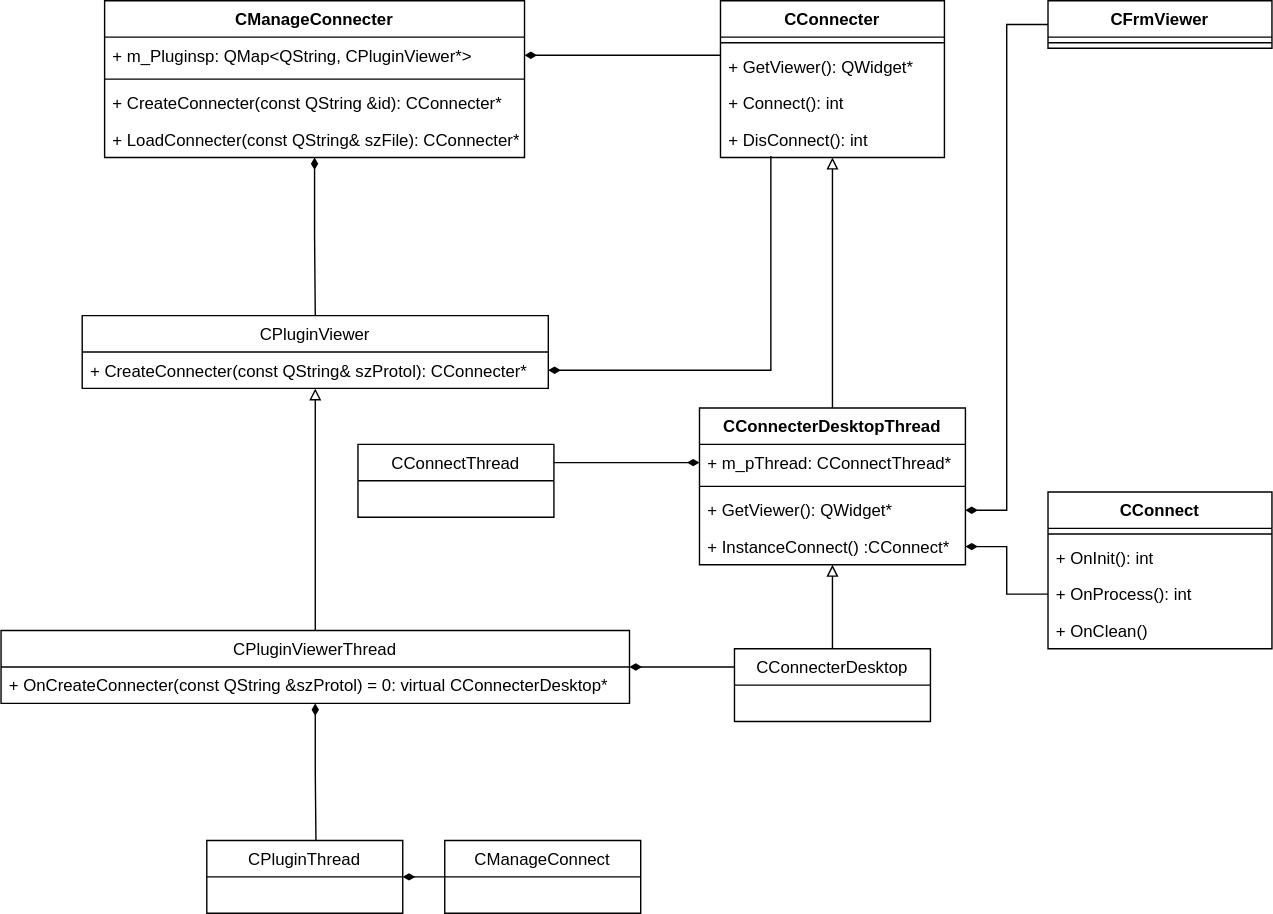
The draw.io diagram docs/Image/PluginViewerAPI.svg in KangLin/RabbitRemoteControl, before a commit. Source tidied: cells renumbered, new cells last; positions are measured from the earlier drawing's top-left corner, leaving out a move shared by most shapes.
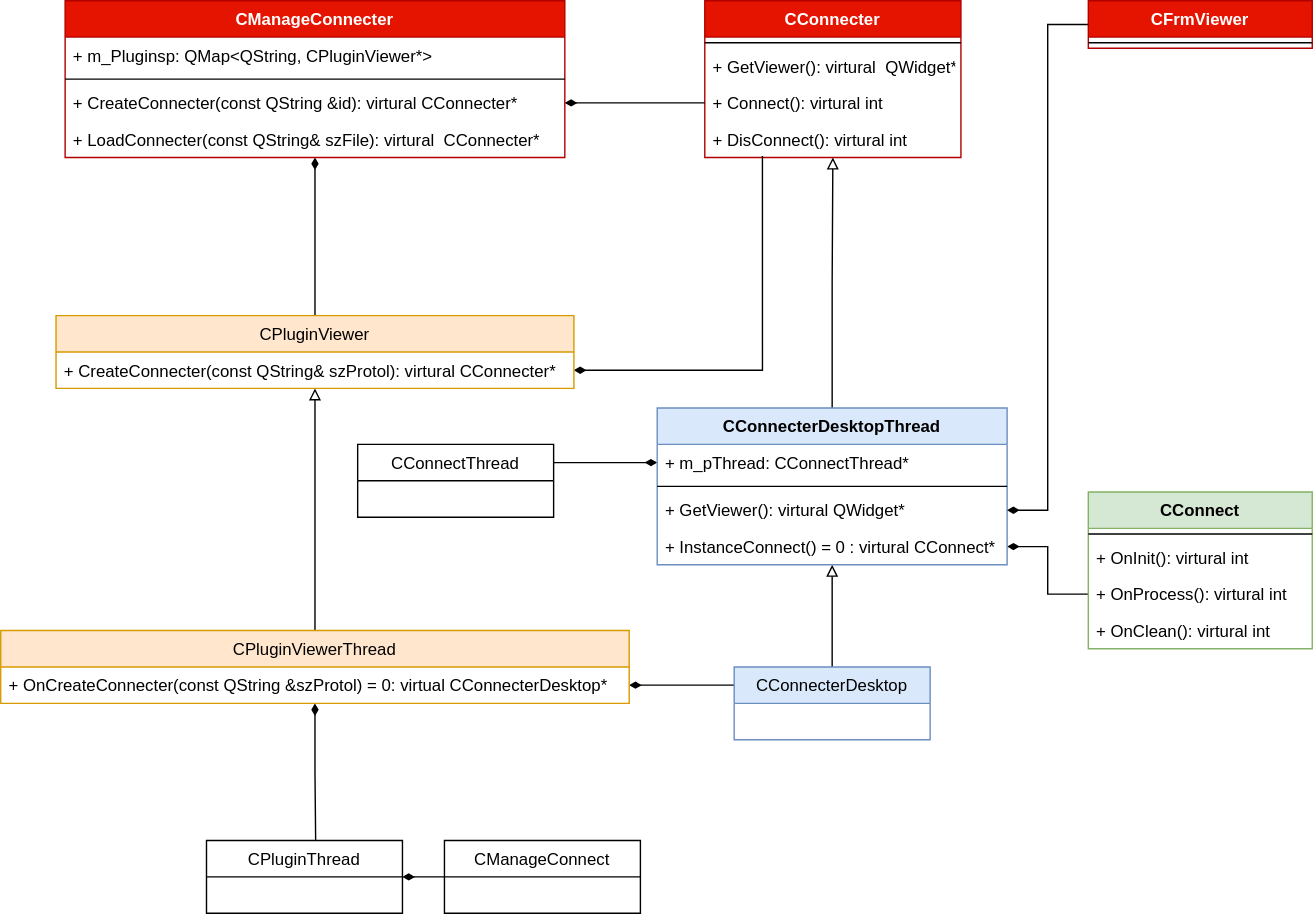
Later version of the same file.

Diff of the diagram source:
```diff
@@ -2,43 +2,38 @@
   <root>
     <mxCell id="0" />
     <mxCell id="1" parent="0" />
-    <mxCell id="2" style="edgeStyle=orthogonalEdgeStyle;rounded=0;jettySize=auto;html=1;entryX=0;entryY=0.5;entryDx=0;entryDy=0;startArrow=diamondThin;startFill=1;endArrow=none;endFill=0;exitX=1;exitY=0.5;exitDx=0;exitDy=0;" parent="1" edge="1" source="5">
-      <mxGeometry relative="1" as="geometry">
-        <mxPoint x="514" y="39" as="targetPoint" />
-      </mxGeometry>
-    </mxCell>
     <mxCell id="3" style="edgeStyle=orthogonalEdgeStyle;rounded=0;jettySize=auto;html=1;endArrow=none;endFill=0;startArrow=diamondThin;startFill=1;" parent="1" edge="1" source="4" target="33">
       <mxGeometry relative="1" as="geometry" />
     </mxCell>
-    <mxCell id="4" value="CManageConnecter" style="swimlane;fontStyle=1;align=center;verticalAlign=top;horizontal=1;startSize=26;" parent="1" vertex="1">
-      <mxGeometry x="74" width="300" height="112" as="geometry" />
+    <mxCell id="4" value="CManageConnecter" style="swimlane;fontStyle=1;align=center;verticalAlign=top;horizontal=1;startSize=26;fillColor=#e51400;fontColor=#ffffff;strokeColor=#B20000;" parent="1" vertex="1">
+      <mxGeometry x="46" width="357" height="112" as="geometry" />
     </mxCell>
     <mxCell id="5" value="+ m_Pluginsp: QMap&lt;QString, CPluginViewer*&gt;" style="text;strokeColor=none;fillColor=none;align=left;verticalAlign=top;spacingLeft=4;spacingRight=4;overflow=hidden;points=[[0,0.5],[1,0.5]];portConstraint=eastwest;" parent="4" vertex="1">
-      <mxGeometry y="26" width="300" height="26" as="geometry" />
+      <mxGeometry y="26" width="357" height="26" as="geometry" />
     </mxCell>
     <mxCell id="6" style="line;strokeWidth=1;fillColor=none;align=left;verticalAlign=middle;spacingTop=-1;spacingLeft=3;spacingRight=3;labelPosition=right;" parent="4" vertex="1">
-      <mxGeometry y="52" width="300" height="8" as="geometry" />
+      <mxGeometry y="52" width="357" height="8" as="geometry" />
     </mxCell>
-    <mxCell id="7" value="+ CreateConnecter(const QString &amp;id): CConnecter*" style="text;strokeColor=none;fillColor=none;align=left;verticalAlign=top;spacingLeft=4;spacingRight=4;overflow=hidden;points=[[0,0.5],[1,0.5]];portConstraint=eastwest;" parent="4" vertex="1">
-      <mxGeometry y="60" width="300" height="26" as="geometry" />
+    <mxCell id="7" value="+ CreateConnecter(const QString &amp;id): virtural  CConnecter*" style="text;strokeColor=none;fillColor=none;align=left;verticalAlign=top;spacingLeft=4;spacingRight=4;overflow=hidden;points=[[0,0.5],[1,0.5]];portConstraint=eastwest;" parent="4" vertex="1">
+      <mxGeometry y="60" width="357" height="26" as="geometry" />
     </mxCell>
-    <mxCell id="8" value="+ LoadConnecter(const QString&amp; szFile): CConnecter*" style="text;strokeColor=none;fillColor=none;align=left;verticalAlign=top;spacingLeft=4;spacingRight=4;overflow=hidden;" parent="4" vertex="1">
-      <mxGeometry y="86" width="300" height="26" as="geometry" />
+    <mxCell id="8" value="+ LoadConnecter(const QString&amp; szFile): virtural  CConnecter*" style="text;strokeColor=none;fillColor=none;align=left;verticalAlign=top;spacingLeft=4;spacingRight=4;overflow=hidden;" parent="4" vertex="1">
+      <mxGeometry y="86" width="357" height="26" as="geometry" />
     </mxCell>
-    <mxCell id="9" value="CConnecter" style="swimlane;fontStyle=1;align=center;verticalAlign=top;horizontal=1;startSize=26;" parent="1" vertex="1">
-      <mxGeometry x="514" width="160" height="112" as="geometry" />
+    <mxCell id="9" value="CConnecter" style="swimlane;fontStyle=1;align=center;verticalAlign=top;horizontal=1;startSize=26;fillColor=#e51400;fontColor=#ffffff;strokeColor=#B20000;" parent="1" vertex="1">
+      <mxGeometry x="503" width="183" height="112" as="geometry" />
     </mxCell>
     <mxCell id="10" style="line;strokeWidth=1;fillColor=none;align=left;verticalAlign=middle;spacingTop=-1;spacingLeft=3;spacingRight=3;labelPosition=right;" parent="9" vertex="1">
-      <mxGeometry y="26" width="160" height="8" as="geometry" />
+      <mxGeometry y="26" width="183" height="8" as="geometry" />
     </mxCell>
-    <mxCell id="11" value="+ GetViewer(): QWidget*" style="text;strokeColor=none;fillColor=none;align=left;verticalAlign=top;spacingLeft=4;spacingRight=4;overflow=hidden;" parent="9" vertex="1">
-      <mxGeometry y="34" width="160" height="26" as="geometry" />
+    <mxCell id="11" value="+ GetViewer(): virtural  QWidget*" style="text;strokeColor=none;fillColor=none;align=left;verticalAlign=top;spacingLeft=4;spacingRight=4;overflow=hidden;" parent="9" vertex="1">
+      <mxGeometry y="34" width="183" height="26" as="geometry" />
     </mxCell>
-    <mxCell id="12" value="+ Connect(): int" style="text;strokeColor=none;fillColor=none;align=left;verticalAlign=top;spacingLeft=4;spacingRight=4;overflow=hidden;points=[[0,0.5],[1,0.5]];portConstraint=eastwest;" parent="9" vertex="1">
-      <mxGeometry y="60" width="160" height="26" as="geometry" />
+    <mxCell id="12" value="+ Connect(): virtural int" style="text;strokeColor=none;fillColor=none;align=left;verticalAlign=top;spacingLeft=4;spacingRight=4;overflow=hidden;points=[[0,0.5],[1,0.5]];portConstraint=eastwest;" parent="9" vertex="1">
+      <mxGeometry y="60" width="183" height="26" as="geometry" />
     </mxCell>
-    <mxCell id="13" value="+ DisConnect(): int" style="text;strokeColor=none;fillColor=none;align=left;verticalAlign=top;spacingLeft=4;spacingRight=4;overflow=hidden;points=[[0,0.5],[1,0.5]];portConstraint=eastwest;" parent="9" vertex="1">
-      <mxGeometry y="86" width="160" height="26" as="geometry" />
+    <mxCell id="13" value="+ DisConnect(): virtural  int" style="text;strokeColor=none;fillColor=none;align=left;verticalAlign=top;spacingLeft=4;spacingRight=4;overflow=hidden;points=[[0,0.5],[1,0.5]];portConstraint=eastwest;" parent="9" vertex="1">
+      <mxGeometry y="86" width="183" height="26" as="geometry" />
     </mxCell>
     <mxCell id="14" style="edgeStyle=orthogonalEdgeStyle;rounded=0;jettySize=auto;html=1;entryX=0.5;entryY=1;entryDx=0;entryDy=0;endArrow=block;endFill=0;" parent="1" edge="1" source="18" target="9">
       <mxGeometry relative="1" as="geometry" />
@@ -52,40 +47,40 @@
     <mxCell id="17" style="edgeStyle=orthogonalEdgeStyle;rounded=0;jettySize=auto;html=1;entryX=0.5;entryY=0;entryDx=0;entryDy=0;startArrow=block;startFill=0;endArrow=none;endFill=0;" parent="1" edge="1" source="18" target="40">
       <mxGeometry relative="1" as="geometry" />
     </mxCell>
-    <mxCell id="18" value="CConnecterDesktopThread&#10;" style="swimlane;fontStyle=1;align=center;verticalAlign=top;horizontal=1;startSize=26;" parent="1" vertex="1">
-      <mxGeometry x="499" y="291" width="190" height="112" as="geometry" />
+    <mxCell id="18" value="CConnecterDesktopThread&#10;" style="swimlane;fontStyle=1;align=center;verticalAlign=top;horizontal=1;startSize=26;fillColor=#dae8fc;strokeColor=#6c8ebf;" parent="1" vertex="1">
+      <mxGeometry x="469" y="291" width="250" height="112" as="geometry" />
     </mxCell>
     <mxCell id="19" value="+ m_pThread: CConnectThread*" style="text;strokeColor=none;fillColor=none;align=left;verticalAlign=top;spacingLeft=4;spacingRight=4;overflow=hidden;points=[[0,0.5],[1,0.5]];portConstraint=eastwest;" parent="18" vertex="1">
-      <mxGeometry y="26" width="190" height="26" as="geometry" />
+      <mxGeometry y="26" width="250" height="26" as="geometry" />
     </mxCell>
     <mxCell id="20" style="line;strokeWidth=1;fillColor=none;align=left;verticalAlign=middle;spacingTop=-1;spacingLeft=3;spacingRight=3;labelPosition=right;" parent="18" vertex="1">
-      <mxGeometry y="52" width="190" height="8" as="geometry" />
+      <mxGeometry y="52" width="250" height="8" as="geometry" />
     </mxCell>
-    <mxCell id="21" value="+ GetViewer(): QWidget*" style="text;strokeColor=none;fillColor=none;align=left;verticalAlign=top;spacingLeft=4;spacingRight=4;overflow=hidden;points=[[0,0.5],[1,0.5]];portConstraint=eastwest;" parent="18" vertex="1">
-      <mxGeometry y="60" width="190" height="26" as="geometry" />
+    <mxCell id="21" value="+ GetViewer(): virtural QWidget*" style="text;strokeColor=none;fillColor=none;align=left;verticalAlign=top;spacingLeft=4;spacingRight=4;overflow=hidden;points=[[0,0.5],[1,0.5]];portConstraint=eastwest;" parent="18" vertex="1">
+      <mxGeometry y="60" width="250" height="26" as="geometry" />
     </mxCell>
-    <mxCell id="22" value="+ InstanceConnect() :CConnect*" style="text;strokeColor=none;fillColor=none;align=left;verticalAlign=top;spacingLeft=4;spacingRight=4;overflow=hidden;points=[[0,0.5],[1,0.5]];portConstraint=eastwest;" parent="18" vertex="1">
-      <mxGeometry y="86" width="190" height="26" as="geometry" />
+    <mxCell id="22" value="+ InstanceConnect() = 0 : virtural CConnect*" style="text;strokeColor=none;fillColor=none;align=left;verticalAlign=top;spacingLeft=4;spacingRight=4;overflow=hidden;points=[[0,0.5],[1,0.5]];portConstraint=eastwest;" parent="18" vertex="1">
+      <mxGeometry y="86" width="250" height="26" as="geometry" />
     </mxCell>
-    <mxCell id="23" value="CFrmViewer" style="swimlane;fontStyle=1;align=center;verticalAlign=top;horizontal=1;startSize=26;" parent="1" vertex="1">
-      <mxGeometry x="748" width="160" height="34" as="geometry" />
+    <mxCell id="23" value="CFrmViewer" style="swimlane;fontStyle=1;align=center;verticalAlign=top;horizontal=1;startSize=26;fillColor=#e51400;fontColor=#ffffff;strokeColor=#B20000;" parent="1" vertex="1">
+      <mxGeometry x="777" width="160" height="34" as="geometry" />
     </mxCell>
     <mxCell id="24" style="line;strokeWidth=1;fillColor=none;align=left;verticalAlign=middle;spacingTop=-1;spacingLeft=3;spacingRight=3;labelPosition=right;" parent="23" vertex="1">
       <mxGeometry y="26" width="160" height="8" as="geometry" />
     </mxCell>
-    <mxCell id="25" value="CConnect" style="swimlane;fontStyle=1;align=center;verticalAlign=top;horizontal=1;startSize=26;" parent="1" vertex="1">
-      <mxGeometry x="748" y="351" width="160" height="112" as="geometry" />
+    <mxCell id="25" value="CConnect" style="swimlane;fontStyle=1;align=center;verticalAlign=top;horizontal=1;startSize=26;fillColor=#d5e8d4;strokeColor=#82b366;" parent="1" vertex="1">
+      <mxGeometry x="777" y="351" width="160" height="112" as="geometry" />
     </mxCell>
     <mxCell id="26" style="line;strokeWidth=1;fillColor=none;align=left;verticalAlign=middle;spacingTop=-1;spacingLeft=3;spacingRight=3;labelPosition=right;" parent="25" vertex="1">
       <mxGeometry y="26" width="160" height="8" as="geometry" />
     </mxCell>
-    <mxCell id="27" value="+ OnInit(): int" style="text;strokeColor=none;fillColor=none;align=left;verticalAlign=top;spacingLeft=4;spacingRight=4;overflow=hidden;" parent="25" vertex="1">
+    <mxCell id="27" value="+ OnInit(): virtural  int" style="text;strokeColor=none;fillColor=none;align=left;verticalAlign=top;spacingLeft=4;spacingRight=4;overflow=hidden;" parent="25" vertex="1">
       <mxGeometry y="34" width="160" height="26" as="geometry" />
     </mxCell>
-    <mxCell id="28" value="+ OnProcess(): int" style="text;strokeColor=none;fillColor=none;align=left;verticalAlign=top;spacingLeft=4;spacingRight=4;overflow=hidden;points=[[0,0.5],[1,0.5]];portConstraint=eastwest;" parent="25" vertex="1">
+    <mxCell id="28" value="+ OnProcess(): virtural  int" style="text;strokeColor=none;fillColor=none;align=left;verticalAlign=top;spacingLeft=4;spacingRight=4;overflow=hidden;points=[[0,0.5],[1,0.5]];portConstraint=eastwest;" parent="25" vertex="1">
       <mxGeometry y="60" width="160" height="26" as="geometry" />
     </mxCell>
-    <mxCell id="29" value="+ OnClean()" style="text;strokeColor=none;fillColor=none;align=left;verticalAlign=top;spacingLeft=4;spacingRight=4;overflow=hidden;" parent="25" vertex="1">
+    <mxCell id="29" value="+ OnClean(): virtural int" style="text;strokeColor=none;fillColor=none;align=left;verticalAlign=top;spacingLeft=4;spacingRight=4;overflow=hidden;" parent="25" vertex="1">
       <mxGeometry y="86" width="160" height="26" as="geometry" />
     </mxCell>
     <mxCell id="30" style="edgeStyle=orthogonalEdgeStyle;rounded=0;jettySize=auto;html=1;startArrow=diamondThin;startFill=1;endArrow=none;endFill=0;entryX=0;entryY=0.5;entryDx=0;entryDy=0;exitX=1;exitY=0.5;exitDx=0;exitDy=0;" parent="1" edge="1" source="21" target="23">
@@ -97,11 +92,11 @@
     <mxCell id="32" style="edgeStyle=orthogonalEdgeStyle;rounded=0;jettySize=auto;html=1;entryX=0.5;entryY=0;entryDx=0;entryDy=0;endArrow=none;endFill=0;startArrow=block;startFill=0;" parent="1" edge="1" source="33" target="38">
       <mxGeometry relative="1" as="geometry" />
     </mxCell>
-    <mxCell id="33" value="CPluginViewer" style="swimlane;fontStyle=0;horizontal=1;startSize=26;fillColor=none;" parent="1" vertex="1">
-      <mxGeometry x="58" y="225" width="333" height="52" as="geometry" />
+    <mxCell id="33" value="CPluginViewer" style="swimlane;fontStyle=0;horizontal=1;startSize=26;fillColor=#ffe6cc;strokeColor=#d79b00;" parent="1" vertex="1">
+      <mxGeometry x="39.5" y="225" width="370" height="52" as="geometry" />
     </mxCell>
-    <mxCell id="34" value="+ CreateConnecter(const QString&amp; szProtol): CConnecter*&#10;" style="text;strokeColor=none;fillColor=none;align=left;verticalAlign=top;spacingLeft=4;spacingRight=4;overflow=hidden;points=[[0,0.5],[1,0.5]];portConstraint=eastwest;" parent="33" vertex="1">
-      <mxGeometry y="26" width="333" height="26" as="geometry" />
+    <mxCell id="34" value="+ CreateConnecter(const QString&amp; szProtol): virtural CConnecter*&#10;" style="text;strokeColor=none;fillColor=none;align=left;verticalAlign=top;spacingLeft=4;spacingRight=4;overflow=hidden;points=[[0,0.5],[1,0.5]];portConstraint=eastwest;" parent="33" vertex="1">
+      <mxGeometry y="26" width="370" height="26" as="geometry" />
     </mxCell>
     <mxCell id="35" value="CConnectThread" style="swimlane;fontStyle=0;horizontal=1;startSize=26;fillColor=none;" parent="1" vertex="1">
       <mxGeometry x="255" y="317" width="140" height="52" as="geometry" />
@@ -109,17 +104,17 @@
     <mxCell id="36" style="edgeStyle=orthogonalEdgeStyle;rounded=0;jettySize=auto;html=1;entryX=0.557;entryY=0;entryDx=0;entryDy=0;entryPerimeter=0;startArrow=diamondThin;startFill=1;endArrow=none;endFill=0;" parent="1" edge="1" source="38" target="42">
       <mxGeometry relative="1" as="geometry" />
     </mxCell>
-    <mxCell id="37" style="edgeStyle=orthogonalEdgeStyle;rounded=0;jettySize=auto;html=1;entryX=0;entryY=0.25;entryDx=0;entryDy=0;startArrow=diamondThin;startFill=1;endArrow=none;endFill=0;" parent="1" edge="1" source="38" target="40">
+    <mxCell id="37" style="edgeStyle=orthogonalEdgeStyle;rounded=0;jettySize=auto;html=1;entryX=0;entryY=0.25;entryDx=0;entryDy=0;startArrow=diamondThin;startFill=1;endArrow=none;endFill=0;exitX=1;exitY=0.5;exitDx=0;exitDy=0;" parent="1" edge="1" source="39" target="40">
       <mxGeometry relative="1" as="geometry" />
     </mxCell>
-    <mxCell id="38" value="CPluginViewerThread" style="swimlane;fontStyle=0;horizontal=1;startSize=26;fillColor=none;" parent="1" vertex="1">
+    <mxCell id="38" value="CPluginViewerThread" style="swimlane;fontStyle=0;horizontal=1;startSize=26;fillColor=#ffe6cc;strokeColor=#d79b00;" parent="1" vertex="1">
       <mxGeometry y="450" width="449" height="52" as="geometry" />
     </mxCell>
     <mxCell id="39" value="+ OnCreateConnecter(const QString &amp;szProtol) = 0: virtual CConnecterDesktop* " style="text;strokeColor=none;fillColor=none;align=left;verticalAlign=top;spacingLeft=4;spacingRight=4;overflow=hidden;points=[[0,0.5],[1,0.5]];portConstraint=eastwest;" parent="38" vertex="1">
       <mxGeometry y="26" width="449" height="26" as="geometry" />
     </mxCell>
-    <mxCell id="40" value="CConnecterDesktop" style="swimlane;fontStyle=0;horizontal=1;startSize=26;fillColor=none;" parent="1" vertex="1">
-      <mxGeometry x="524" y="463" width="140" height="52" as="geometry" />
+    <mxCell id="40" value="CConnecterDesktop" style="swimlane;fontStyle=0;horizontal=1;startSize=26;fillColor=#dae8fc;strokeColor=#6c8ebf;" parent="1" vertex="1">
+      <mxGeometry x="524" y="476" width="140" height="52" as="geometry" />
     </mxCell>
     <mxCell id="41" style="edgeStyle=orthogonalEdgeStyle;rounded=0;jettySize=auto;html=1;entryX=0;entryY=0.5;entryDx=0;entryDy=0;startArrow=diamondThin;startFill=1;endArrow=none;endFill=0;" parent="1" edge="1" source="42" target="43">
       <mxGeometry relative="1" as="geometry" />
@@ -130,5 +125,8 @@
     <mxCell id="43" value="CManageConnect" style="swimlane;fontStyle=0;horizontal=1;startSize=26;fillColor=none;" parent="1" vertex="1">
       <mxGeometry x="317" y="600" width="140" height="52" as="geometry" />
     </mxCell>
+    <mxCell id="44" style="edgeStyle=orthogonalEdgeStyle;rounded=0;jettySize=auto;html=1;entryX=0;entryY=0.5;entryDx=0;entryDy=0;endArrow=none;endFill=0;startArrow=diamondThin;startFill=1;" parent="1" edge="1" source="7" target="12">
+      <mxGeometry relative="1" as="geometry" />
+    </mxCell>
   </root>
 </mxGraphModel>
```
